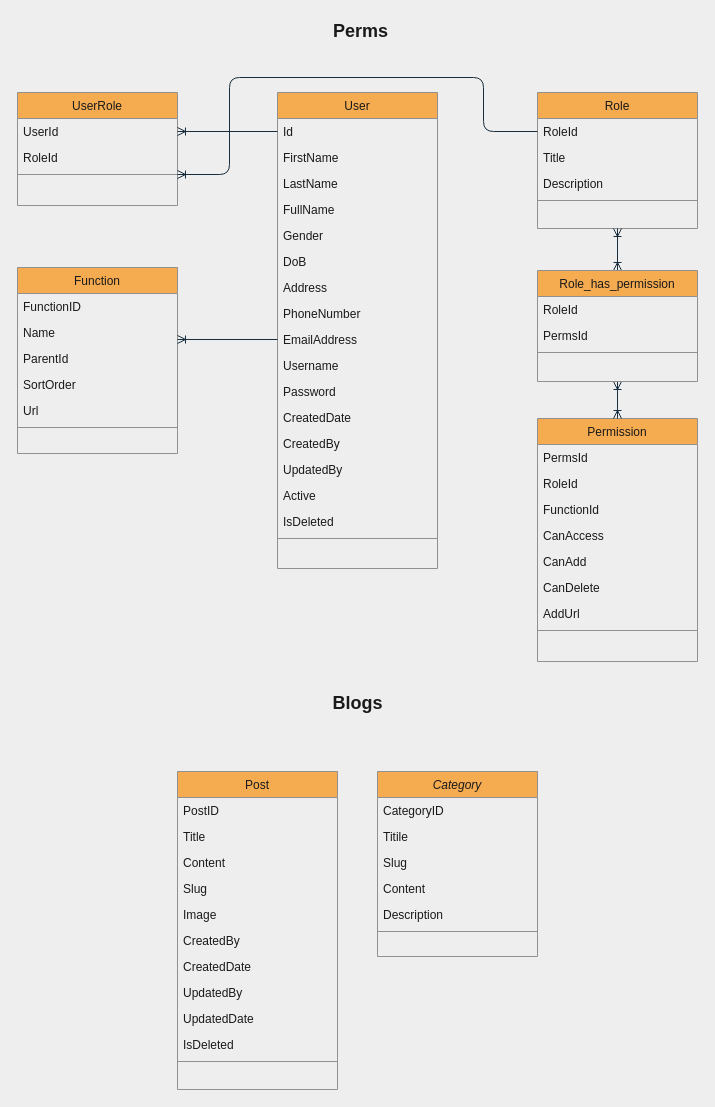
Above: Untitled Diagram.drawio in sonitaaaaa/.net-tasking (draw.io), before the change. Source tidied: cells renumbered, new cells numbered last; positions are measured from the earlier drawing's top-left corner, leaving out a move shared by most shapes. Both pictures are drawn from the tidied source at 100%, with x=0, y=0 at pixel (17, 17).
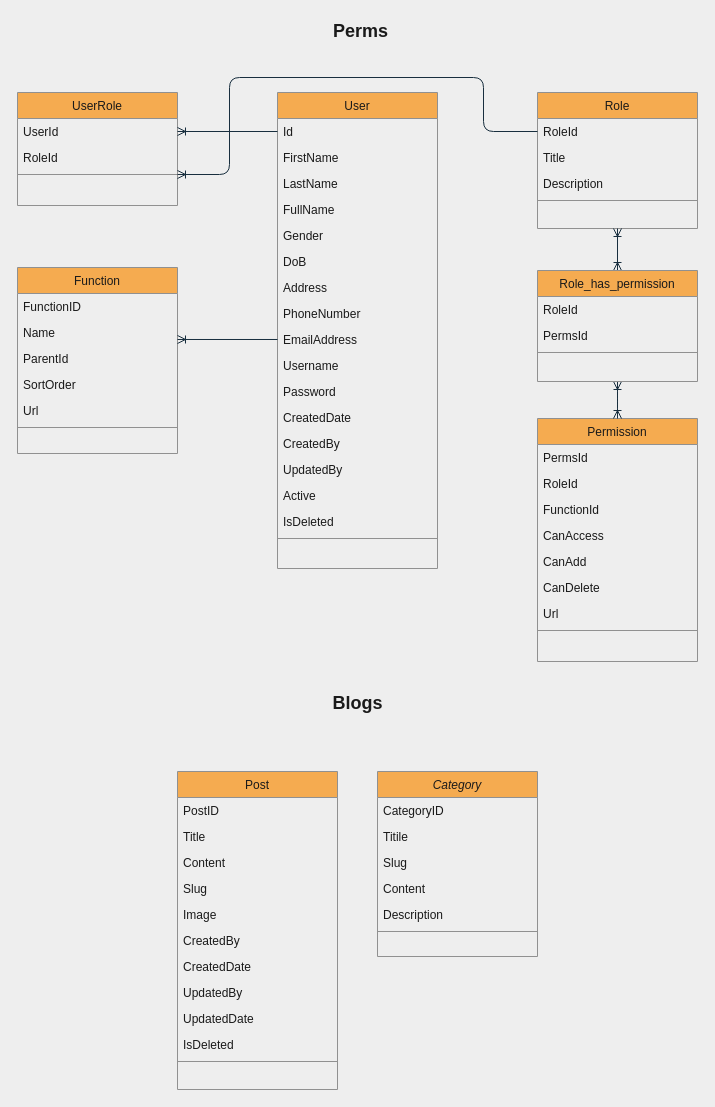
The same page after the edit.

Unchanged cells that the change refers to:
```xml
<mxCell id="25" value="Permission" style="swimlane;fontStyle=0;align=center;verticalAlign=top;horizontal=1;startSize=26;rounded=0;shadow=0;strokeWidth=1;fillColor=#F5AB50;strokeColor=#909090;fontColor=#1A1A1A;" parent="1" vertex="1">
  <mxGeometry x="520" y="401" width="160" height="243" as="geometry" />
</mxCell>
```

The edit, as a diff of the source:
```diff
@@
-    <mxCell id="32" value="AddUrl" style="text;align=left;verticalAlign=top;spacingLeft=4;spacingRight=4;overflow=hidden;fontColor=#1A1A1A;" parent="25" vertex="1">
+    <mxCell id="32" value="Url" style="text;align=left;verticalAlign=top;spacingLeft=4;spacingRight=4;overflow=hidden;fontColor=#1A1A1A;" parent="25" vertex="1">
       <mxGeometry y="182" width="160" height="26" as="geometry" />
     </mxCell>
```
